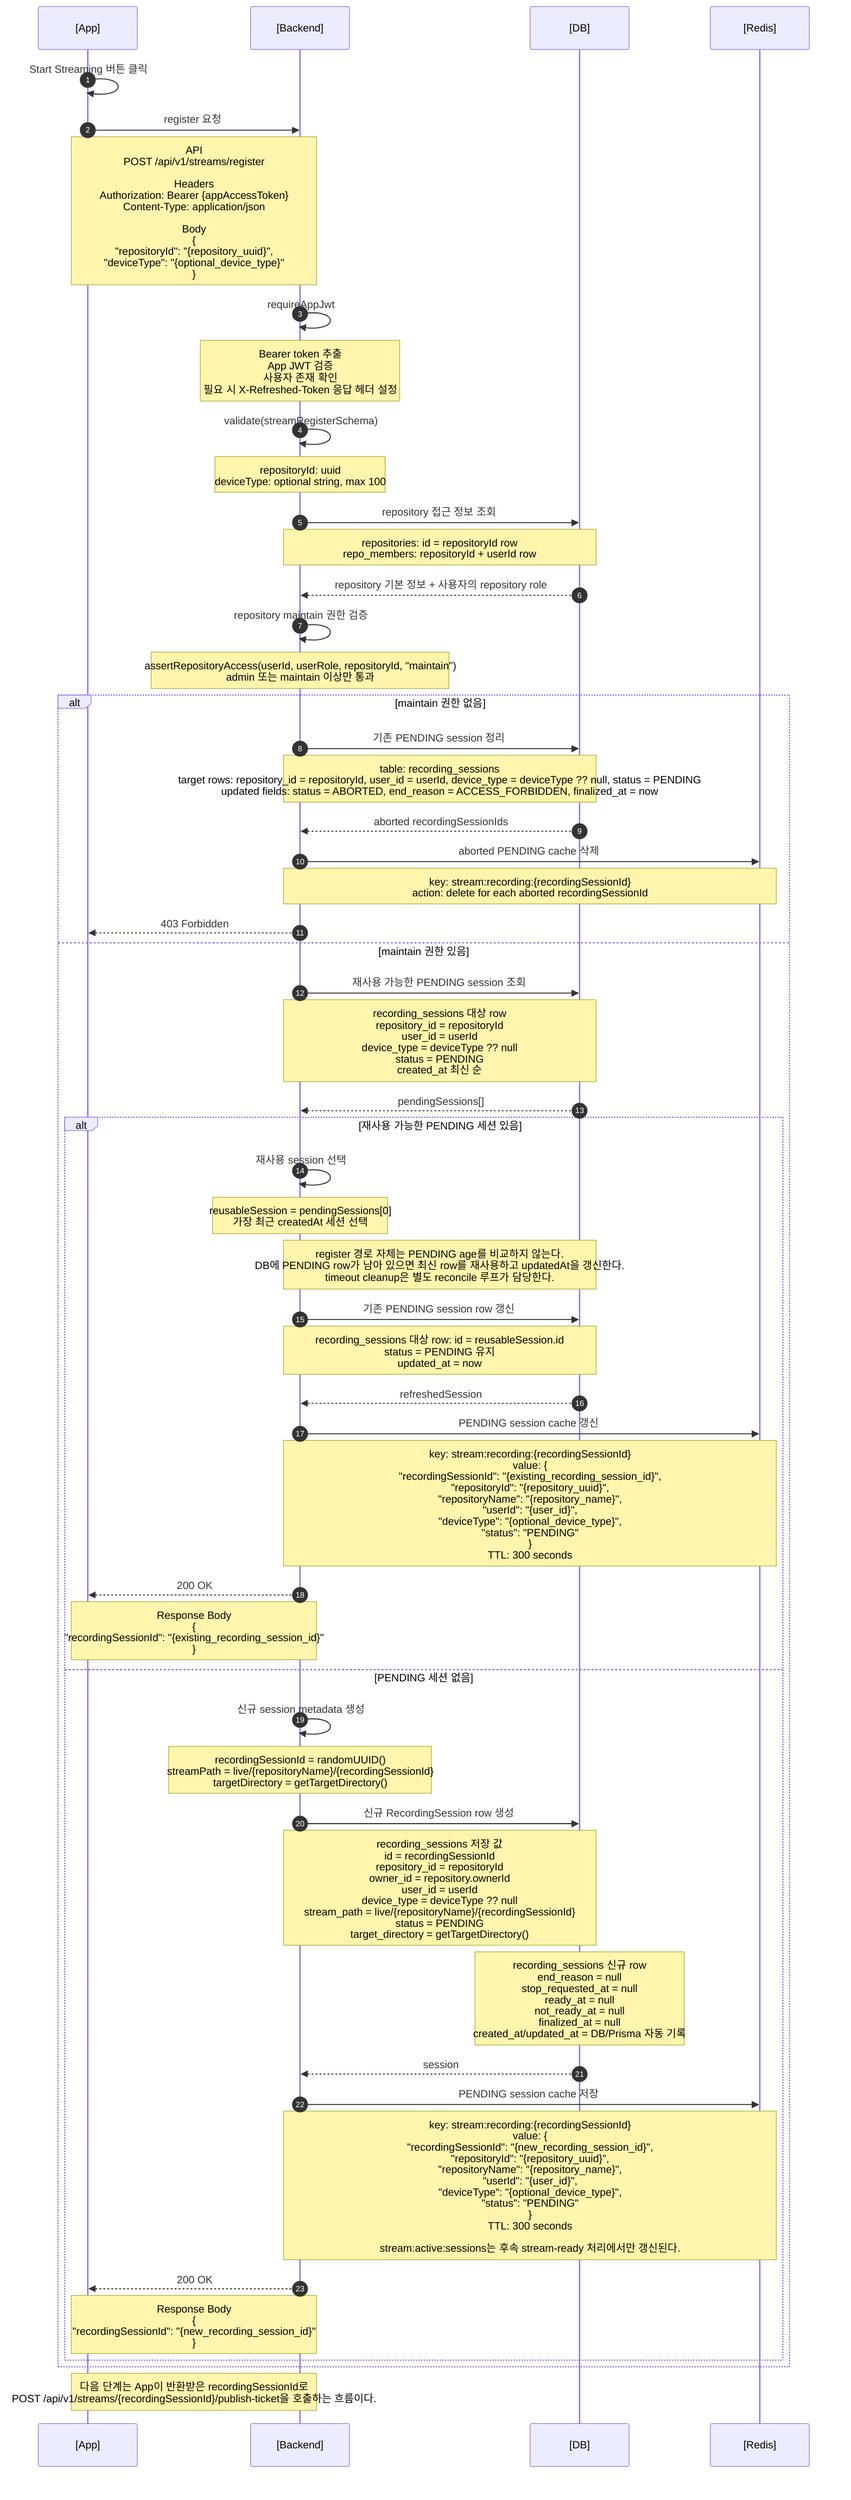
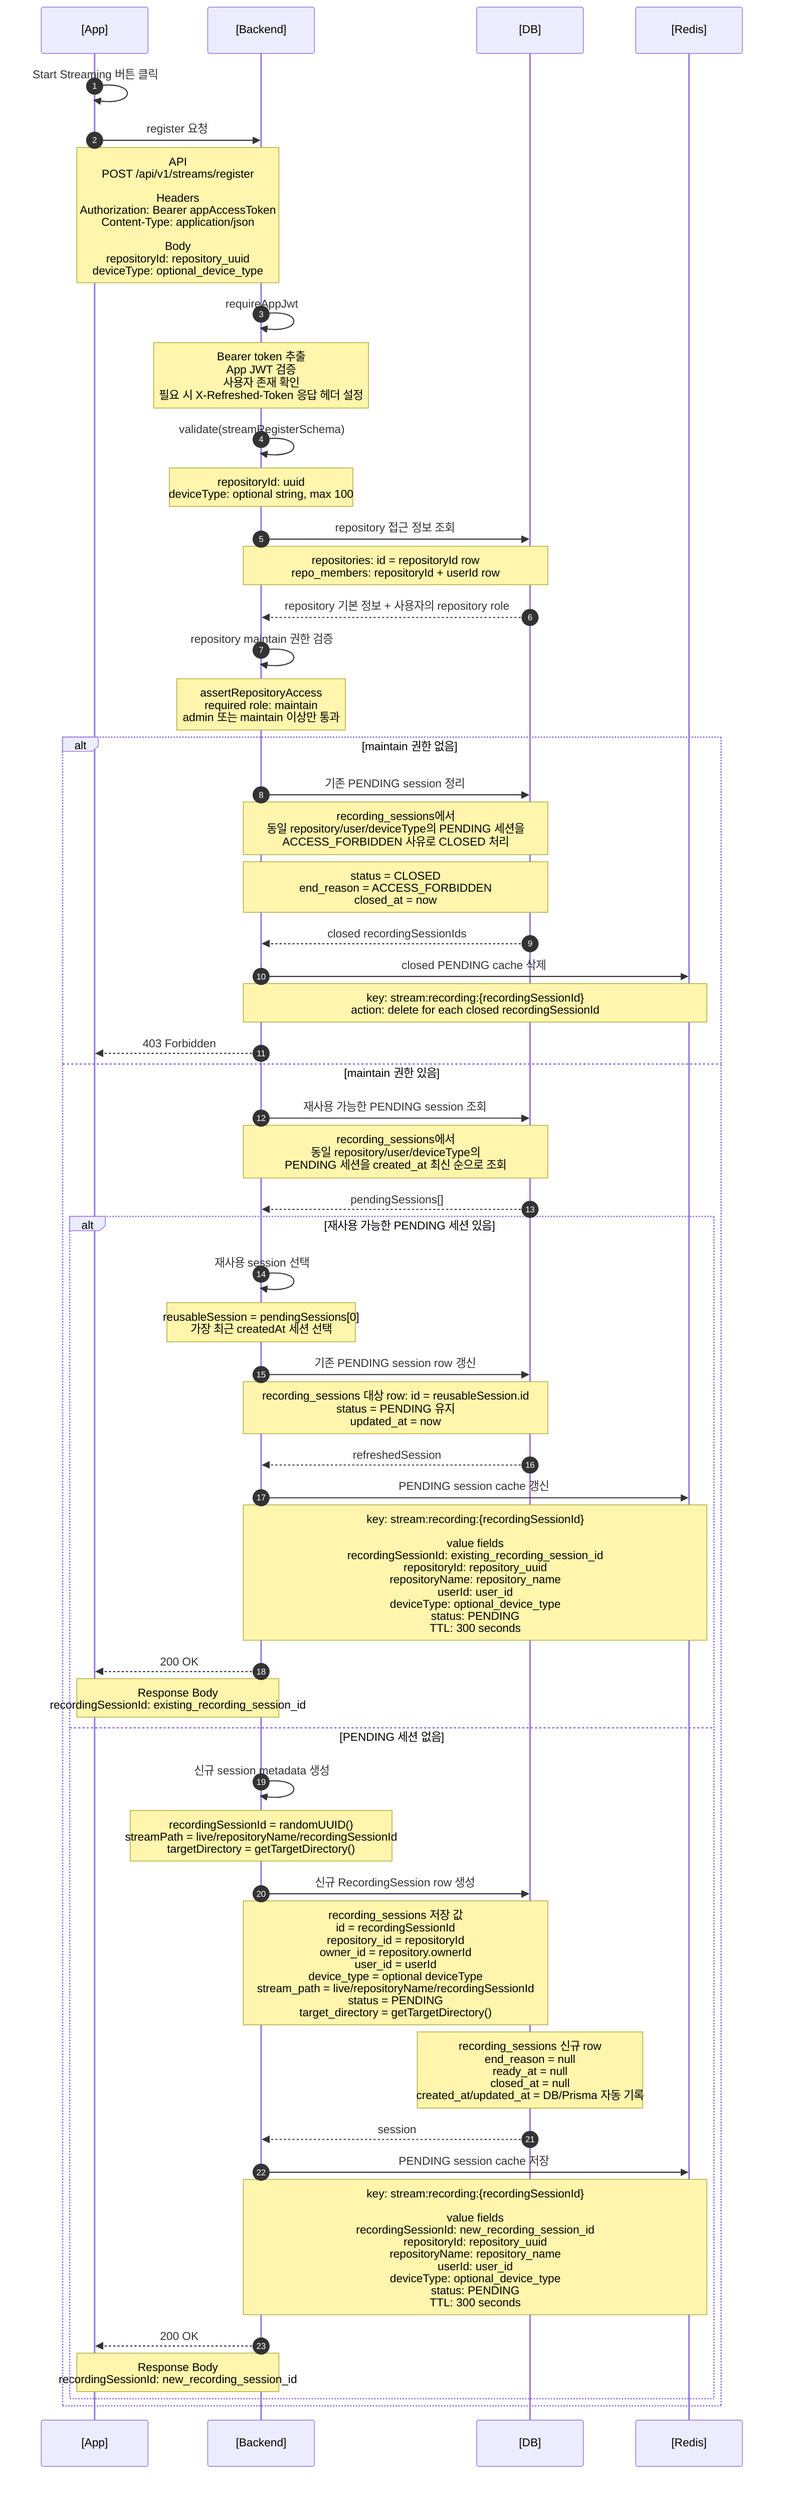
sequenceDiagram
  autonumber
  participant App as [App]
  participant Backend as [Backend]
  participant DB as [DB]
  participant Redis as [Redis]

  App->>App: Start Streaming 버튼 클릭
  App->>Backend: register 요청
-   Note over App,Backend: API<br/>POST /api/v1/streams/register<br/><br/>Headers<br/>Authorization: Bearer {appAccessToken}<br/>Content-Type: application/json<br/><br/>Body<br/>{<br/>  "repositoryId": "{repository_uuid}",<br/>  "deviceType": "{optional_device_type}"<br/>}
+   Note over App,Backend: API<br/>POST /api/v1/streams/register<br/><br/>Headers<br/>Authorization: Bearer appAccessToken<br/>Content-Type: application/json<br/><br/>Body<br/>repositoryId: repository_uuid<br/>deviceType: optional_device_type

  Backend->>Backend: requireAppJwt
  Note over Backend: Bearer token 추출<br/>App JWT 검증<br/>사용자 존재 확인<br/>필요 시 X-Refreshed-Token 응답 헤더 설정
  Backend->>Backend: validate(streamRegisterSchema)
  Note over Backend: repositoryId: uuid<br/>deviceType: optional string, max 100

  Backend->>DB: repository 접근 정보 조회
  Note over Backend,DB: repositories: id = repositoryId row<br/>repo_members: repositoryId + userId row
  DB-->>Backend: repository 기본 정보 + 사용자의 repository role
  Backend->>Backend: repository maintain 권한 검증
-   Note over Backend: assertRepositoryAccess(userId, userRole, repositoryId, "maintain")<br/>admin 또는 maintain 이상만 통과
+   Note over Backend: assertRepositoryAccess<br/>required role: maintain<br/>admin 또는 maintain 이상만 통과

  alt maintain 권한 없음
    Backend->>DB: 기존 PENDING session 정리
-     Note over Backend,DB: table: recording_sessions<br/>target rows: repository_id = repositoryId, user_id = userId, device_type = deviceType ?? null, status = PENDING<br/>updated fields: status = ABORTED, end_reason = ACCESS_FORBIDDEN, finalized_at = now
-     DB-->>Backend: aborted recordingSessionIds
-     Backend->>Redis: aborted PENDING cache 삭제
-     Note over Backend,Redis: key: stream:recording:{recordingSessionId}<br/>action: delete for each aborted recordingSessionId
+     Note over Backend,DB: recording_sessions에서<br/>동일 repository/user/deviceType의 PENDING 세션을<br/>ACCESS_FORBIDDEN 사유로 CLOSED 처리
+     Note over Backend,DB: status = CLOSED<br/>end_reason = ACCESS_FORBIDDEN<br/>closed_at = now
+     DB-->>Backend: closed recordingSessionIds
+     Backend->>Redis: closed PENDING cache 삭제
+     Note over Backend,Redis: key: stream:recording:{recordingSessionId}<br/>action: delete for each closed recordingSessionId
    Backend-->>App: 403 Forbidden
  else maintain 권한 있음
    Backend->>DB: 재사용 가능한 PENDING session 조회
-     Note over Backend,DB: recording_sessions 대상 row<br/>repository_id = repositoryId<br/>user_id = userId<br/>device_type = deviceType ?? null<br/>status = PENDING<br/>created_at 최신 순
+     Note over Backend,DB: recording_sessions에서<br/>동일 repository/user/deviceType의<br/>PENDING 세션을 created_at 최신 순으로 조회
    DB-->>Backend: pendingSessions[]

    alt 재사용 가능한 PENDING 세션 있음
      Backend->>Backend: 재사용 session 선택
      Note over Backend: reusableSession = pendingSessions[0]<br/>가장 최근 createdAt 세션 선택
-       Note over Backend,DB: register 경로 자체는 PENDING age를 비교하지 않는다.<br/>DB에 PENDING row가 남아 있으면 최신 row를 재사용하고 updatedAt을 갱신한다.<br/>timeout cleanup은 별도 reconcile 루프가 담당한다.
      Backend->>DB: 기존 PENDING session row 갱신
      Note over Backend,DB: recording_sessions 대상 row: id = reusableSession.id<br/>status = PENDING 유지<br/>updated_at = now
      DB-->>Backend: refreshedSession
      Backend->>Redis: PENDING session cache 갱신
-       Note over Backend,Redis: key: stream:recording:{recordingSessionId}<br/>value: {<br/>  "recordingSessionId": "{existing_recording_session_id}",<br/>  "repositoryId": "{repository_uuid}",<br/>  "repositoryName": "{repository_name}",<br/>  "userId": "{user_id}",<br/>  "deviceType": "{optional_device_type}",<br/>  "status": "PENDING"<br/>}<br/>TTL: 300 seconds
+       Note over Backend,Redis: key: stream:recording:{recordingSessionId}<br/><br/>value fields<br/>recordingSessionId: existing_recording_session_id<br/>repositoryId: repository_uuid<br/>repositoryName: repository_name<br/>userId: user_id<br/>deviceType: optional_device_type<br/>status: PENDING<br/>TTL: 300 seconds
      Backend-->>App: 200 OK
-       Note over App,Backend: Response Body<br/>{<br/>  "recordingSessionId": "{existing_recording_session_id}"<br/>}
+       Note over App,Backend: Response Body<br/>recordingSessionId: existing_recording_session_id
    else PENDING 세션 없음
      Backend->>Backend: 신규 session metadata 생성
-       Note over Backend: recordingSessionId = randomUUID()<br/>streamPath = live/{repositoryName}/{recordingSessionId}<br/>targetDirectory = getTargetDirectory()
+       Note over Backend: recordingSessionId = randomUUID()<br/>streamPath = live/repositoryName/recordingSessionId<br/>targetDirectory = getTargetDirectory()
      Backend->>DB: 신규 RecordingSession row 생성
-       Note over Backend,DB: recording_sessions 저장 값<br/>id = recordingSessionId<br/>repository_id = repositoryId<br/>owner_id = repository.ownerId<br/>user_id = userId<br/>device_type = deviceType ?? null<br/>stream_path = live/{repositoryName}/{recordingSessionId}<br/>status = PENDING<br/>target_directory = getTargetDirectory()
-       Note over DB: recording_sessions 신규 row<br/>end_reason = null<br/>stop_requested_at = null<br/>ready_at = null<br/>not_ready_at = null<br/>finalized_at = null<br/>created_at/updated_at = DB/Prisma 자동 기록
+       Note over Backend,DB: recording_sessions 저장 값<br/>id = recordingSessionId<br/>repository_id = repositoryId<br/>owner_id = repository.ownerId<br/>user_id = userId<br/>device_type = optional deviceType<br/>stream_path = live/repositoryName/recordingSessionId<br/>status = PENDING<br/>target_directory = getTargetDirectory()
+       Note over DB: recording_sessions 신규 row<br/>end_reason = null<br/>ready_at = null<br/>closed_at = null<br/>created_at/updated_at = DB/Prisma 자동 기록
      DB-->>Backend: session
      Backend->>Redis: PENDING session cache 저장
-       Note over Backend,Redis: key: stream:recording:{recordingSessionId}<br/>value: {<br/>  "recordingSessionId": "{new_recording_session_id}",<br/>  "repositoryId": "{repository_uuid}",<br/>  "repositoryName": "{repository_name}",<br/>  "userId": "{user_id}",<br/>  "deviceType": "{optional_device_type}",<br/>  "status": "PENDING"<br/>}<br/>TTL: 300 seconds<br/><br/>stream:active:sessions는 후속 stream-ready 처리에서만 갱신된다.
+       Note over Backend,Redis: key: stream:recording:{recordingSessionId}<br/><br/>value fields<br/>recordingSessionId: new_recording_session_id<br/>repositoryId: repository_uuid<br/>repositoryName: repository_name<br/>userId: user_id<br/>deviceType: optional_device_type<br/>status: PENDING<br/>TTL: 300 seconds
      Backend-->>App: 200 OK
-       Note over App,Backend: Response Body<br/>{<br/>  "recordingSessionId": "{new_recording_session_id}"<br/>}
+       Note over App,Backend: Response Body<br/>recordingSessionId: new_recording_session_id
    end
  end

-   Note over App,Backend: 다음 단계는 App이 반환받은 recordingSessionId로<br/>POST /api/v1/streams/{recordingSessionId}/publish-ticket을 호출하는 흐름이다.
+ %% 참고:
+ %% Background reconcile loop는 DB에 남아 있는 PENDING recording_sessions를 등록 TTL 경과 후 CLOSED + REGISTRATION_TIMEOUT으로 정리한다.
+ %% 관련 Redis PENDING cache도 함께 삭제된다.
+ %% 다음 단계는 App이 반환받은 recordingSessionId로 POST /api/v1/streams/{recordingSessionId}/publish-ticket을 호출하는 흐름이다.
